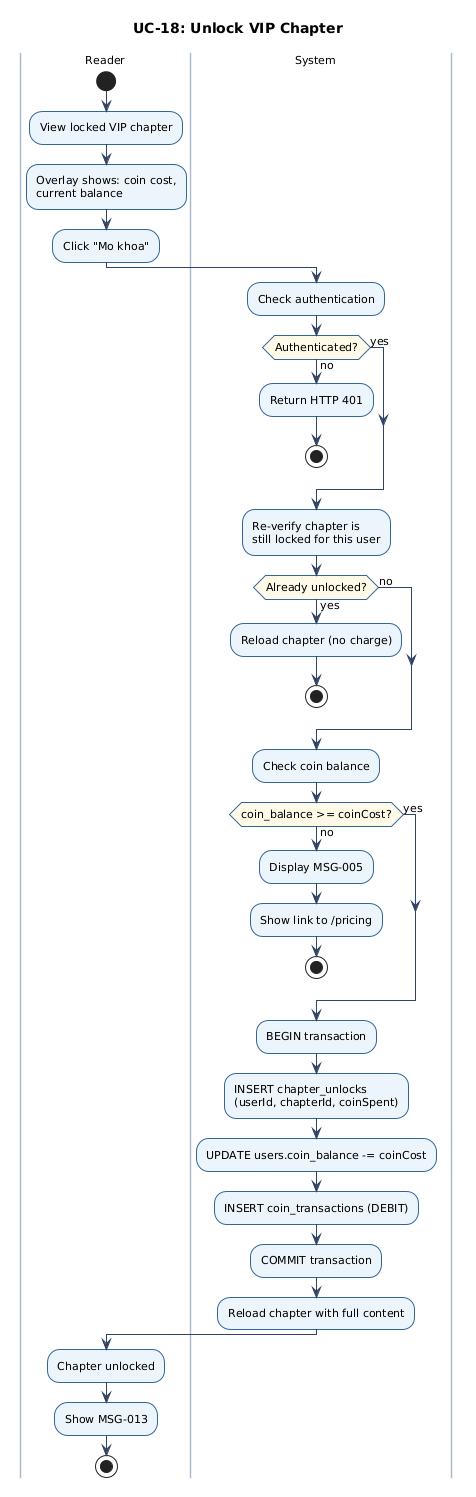
Above: docs/figures/uc-18-activity.png in chinhbmt122/Software-Architecture (PlantUML), before the change.
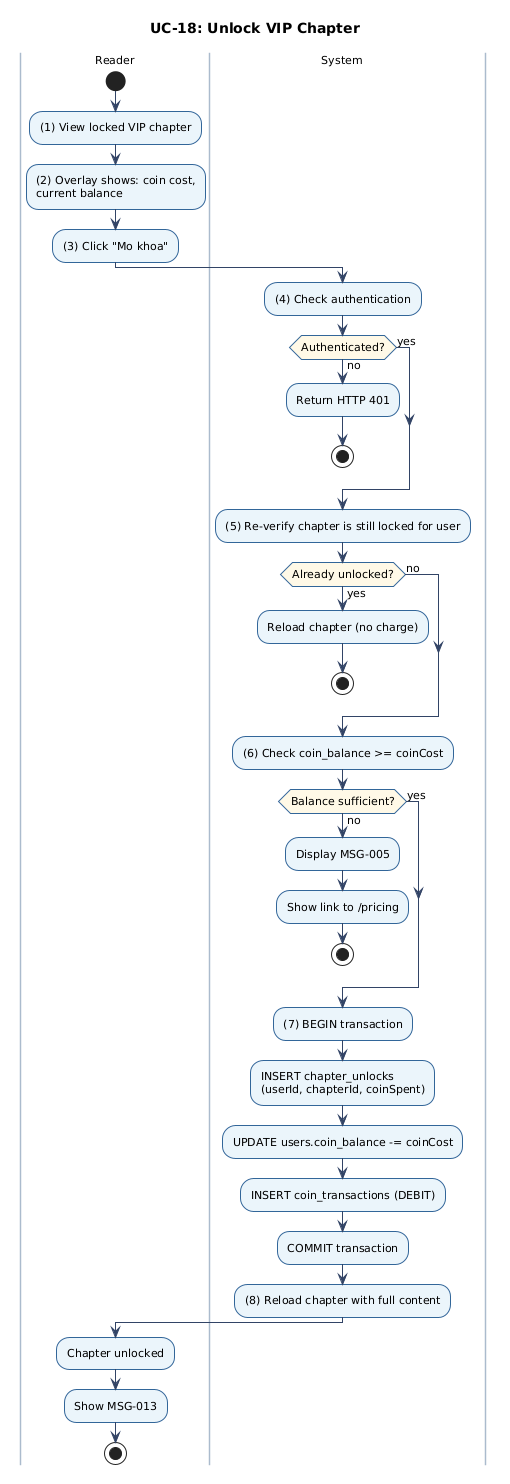
The same diagram one commit later.

Change to the diagram source:
```diff
@@ -15,35 +15,35 @@
 title UC-18: Unlock VIP Chapter
 |Reader|
 start
-:View locked VIP chapter;
-:Overlay shows: coin cost,\ncurrent balance;
-:Click "Mo khoa";
+:(1) View locked VIP chapter;
+:(2) Overlay shows: coin cost,\ncurrent balance;
+:(3) Click "Mo khoa";
 |System|
-:Check authentication;
+:(4) Check authentication;
 if (Authenticated?) then (no)
   :Return HTTP 401;
   stop
 else (yes)
 endif
-:Re-verify chapter is\nstill locked for this user;
+:(5) Re-verify chapter is still locked for user;
 if (Already unlocked?) then (yes)
   :Reload chapter (no charge);
   stop
 else (no)
 endif
-:Check coin balance;
-if (coin_balance >= coinCost?) then (no)
+:(6) Check coin_balance >= coinCost;
+if (Balance sufficient?) then (no)
   :Display MSG-005;
   :Show link to /pricing;
   stop
 else (yes)
 endif
-:BEGIN transaction;
+:(7) BEGIN transaction;
 :INSERT chapter_unlocks\n(userId, chapterId, coinSpent);
 :UPDATE users.coin_balance -= coinCost;
 :INSERT coin_transactions (DEBIT);
 :COMMIT transaction;
-:Reload chapter with full content;
+:(8) Reload chapter with full content;
 |Reader|
 :Chapter unlocked;
 :Show MSG-013;
```
